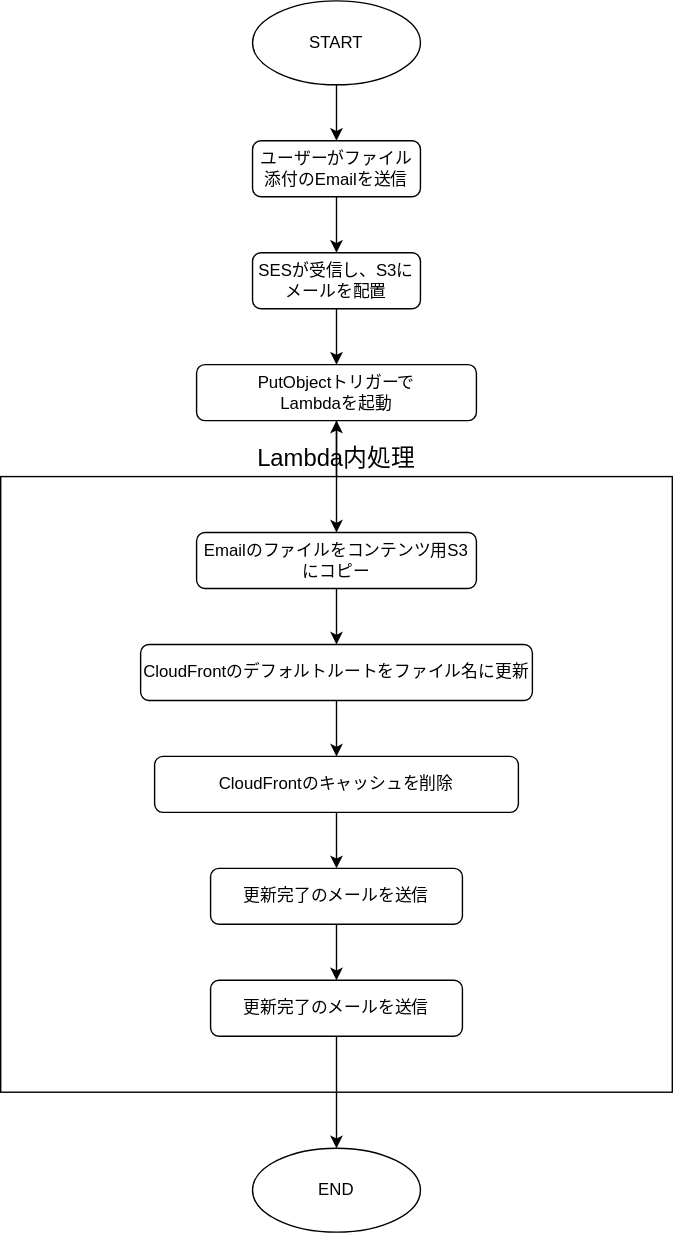
m-kotaro/aws-cloudformation-email-uploader keeps this draw.io diagram as img/email-uploader-flow.drawio.svg. Above is the earlier version. Source tidied: cells renumbered, new cells last; positions are measured from the earlier drawing's top-left corner, leaving out a move shared by most shapes.
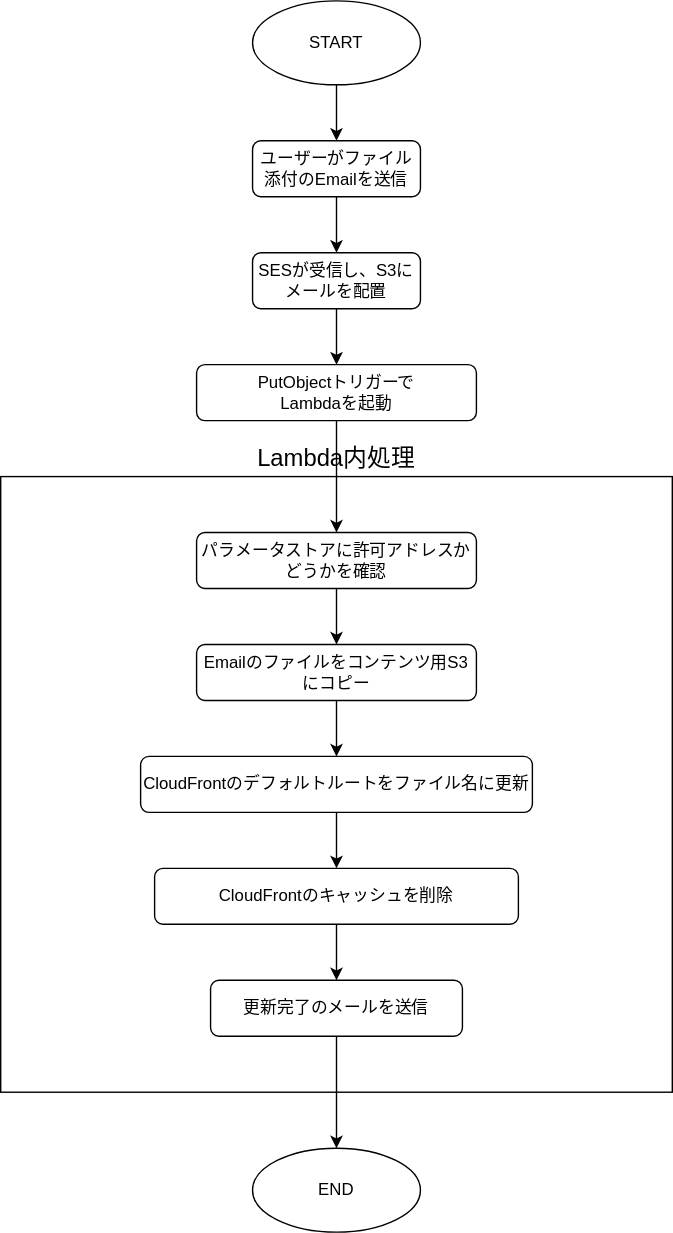
Later version of the same file.

What changed in the source:
```diff
@@ -15,7 +15,7 @@
       <mxGeometry relative="1" as="geometry" />
     </mxCell>
     <mxCell id="6" value="CloudFrontのキャッシュを削除" style="rounded=1;whiteSpace=wrap;html=1;fontSize=12;glass=0;strokeWidth=1;shadow=0;" parent="1" vertex="1">
-      <mxGeometry x="110" y="540" width="260" height="40" as="geometry" />
+      <mxGeometry x="110" y="620" width="260" height="40" as="geometry" />
     </mxCell>
     <mxCell id="7" style="edgeStyle=orthogonalEdgeStyle;rounded=0;jettySize=auto;html=1;" parent="1" edge="1" source="8" target="4">
       <mxGeometry relative="1" as="geometry" />
@@ -23,9 +23,9 @@
     <mxCell id="8" value="ユーザーがファイル添付のEmailを送信" style="rounded=1;whiteSpace=wrap;html=1;fontSize=12;glass=0;strokeWidth=1;shadow=0;" parent="1" vertex="1">
       <mxGeometry x="180" y="100" width="120" height="40" as="geometry" />
     </mxCell>
-    <mxCell id="9" style="edgeStyle=orthogonalEdgeStyle;rounded=0;jettySize=auto;html=1;" parent="1" edge="1" source="10" target="16">
-      <mxGeometry relative="1" as="geometry" />
-    </mxCell>
+    <mxCell id="23" style="edgeStyle=orthogonalEdgeStyle;rounded=0;jettySize=auto;html=1;" parent="1" edge="1" source="10" target="25">
+      <mxGeometry relative="1" as="geometry" />
+    </mxCell>
     <mxCell id="10" value="PutObjectトリガーで&lt;div&gt;Lambdaを起動&lt;/div&gt;" style="rounded=1;whiteSpace=wrap;html=1;fontSize=12;glass=0;strokeWidth=1;shadow=0;" parent="1" vertex="1">
       <mxGeometry x="140" y="260" width="200" height="40" as="geometry" />
     </mxCell>
@@ -33,29 +33,20 @@
       <mxGeometry relative="1" as="geometry" />
     </mxCell>
     <mxCell id="12" value="CloudFrontのデフォルトルートをファイル名に更新" style="rounded=1;whiteSpace=wrap;html=1;fontSize=12;glass=0;strokeWidth=1;shadow=0;" parent="1" vertex="1">
-      <mxGeometry x="100" y="460" width="280" height="40" as="geometry" />
+      <mxGeometry x="100" y="540" width="280" height="40" as="geometry" />
     </mxCell>
-    <mxCell id="13" style="edgeStyle=orthogonalEdgeStyle;rounded=0;jettySize=auto;html=1;" parent="1" edge="1" source="14" target="19">
+    <mxCell id="13" style="edgeStyle=orthogonalEdgeStyle;rounded=0;jettySize=auto;html=1;" parent="1" edge="1" source="14" target="22">
       <mxGeometry relative="1" as="geometry" />
     </mxCell>
     <mxCell id="14" value="更新完了のメールを送信" style="rounded=1;whiteSpace=wrap;html=1;fontSize=12;glass=0;strokeWidth=1;shadow=0;" parent="1" vertex="1">
-      <mxGeometry x="150" y="620" width="180" height="40" as="geometry" />
+      <mxGeometry x="150" y="700" width="180" height="40" as="geometry" />
     </mxCell>
     <mxCell id="15" style="edgeStyle=orthogonalEdgeStyle;rounded=0;jettySize=auto;html=1;" parent="1" edge="1" source="16" target="12">
       <mxGeometry relative="1" as="geometry" />
     </mxCell>
     <mxCell id="16" value="&lt;div&gt;&lt;span style=&quot;background-color: transparent; color: light-dark(rgb(0, 0, 0), rgb(255, 255, 255));&quot;&gt;Emailのファイルをコンテンツ用S3にコピー&lt;/span&gt;&lt;/div&gt;" style="rounded=1;whiteSpace=wrap;html=1;fontSize=12;glass=0;strokeWidth=1;shadow=0;" parent="1" vertex="1">
-      <mxGeometry x="140" y="380" width="200" height="40" as="geometry" />
+      <mxGeometry x="140" y="460" width="200" height="40" as="geometry" />
     </mxCell>
-    <mxCell id="17" style="edgeStyle=orthogonalEdgeStyle;rounded=0;jettySize=auto;html=1;" parent="1" edge="1" source="2" target="10">
-      <mxGeometry relative="1" as="geometry" />
-    </mxCell>
-    <mxCell id="18" style="edgeStyle=orthogonalEdgeStyle;rounded=0;jettySize=auto;html=1;" parent="1" edge="1" source="19" target="22">
-      <mxGeometry relative="1" as="geometry" />
-    </mxCell>
-    <mxCell id="19" value="更新完了のメールを送信" style="rounded=1;whiteSpace=wrap;html=1;fontSize=12;glass=0;strokeWidth=1;shadow=0;" parent="1" vertex="1">
-      <mxGeometry x="150" y="700" width="180" height="40" as="geometry" />
-    </mxCell>
     <mxCell id="20" style="edgeStyle=orthogonalEdgeStyle;rounded=0;jettySize=auto;html=1;" parent="1" edge="1" source="21" target="8">
       <mxGeometry relative="1" as="geometry" />
     </mxCell>
@@ -65,5 +56,11 @@
     <mxCell id="22" value="END" style="ellipse;whiteSpace=wrap;html=1;" parent="1" vertex="1">
       <mxGeometry x="180" y="820" width="120" height="60" as="geometry" />
     </mxCell>
+    <mxCell id="24" style="edgeStyle=orthogonalEdgeStyle;rounded=0;jettySize=auto;html=1;" parent="1" edge="1" source="25" target="16">
+      <mxGeometry relative="1" as="geometry" />
+    </mxCell>
+    <mxCell id="25" value="&lt;div&gt;&lt;span style=&quot;background-color: transparent; color: light-dark(rgb(0, 0, 0), rgb(255, 255, 255));&quot;&gt;パラメータストアに許可アドレスかどうかを確認&lt;/span&gt;&lt;/div&gt;" style="rounded=1;whiteSpace=wrap;html=1;fontSize=12;glass=0;strokeWidth=1;shadow=0;" parent="1" vertex="1">
+      <mxGeometry x="140" y="380" width="200" height="40" as="geometry" />
+    </mxCell>
   </root>
 </mxGraphModel>
```
